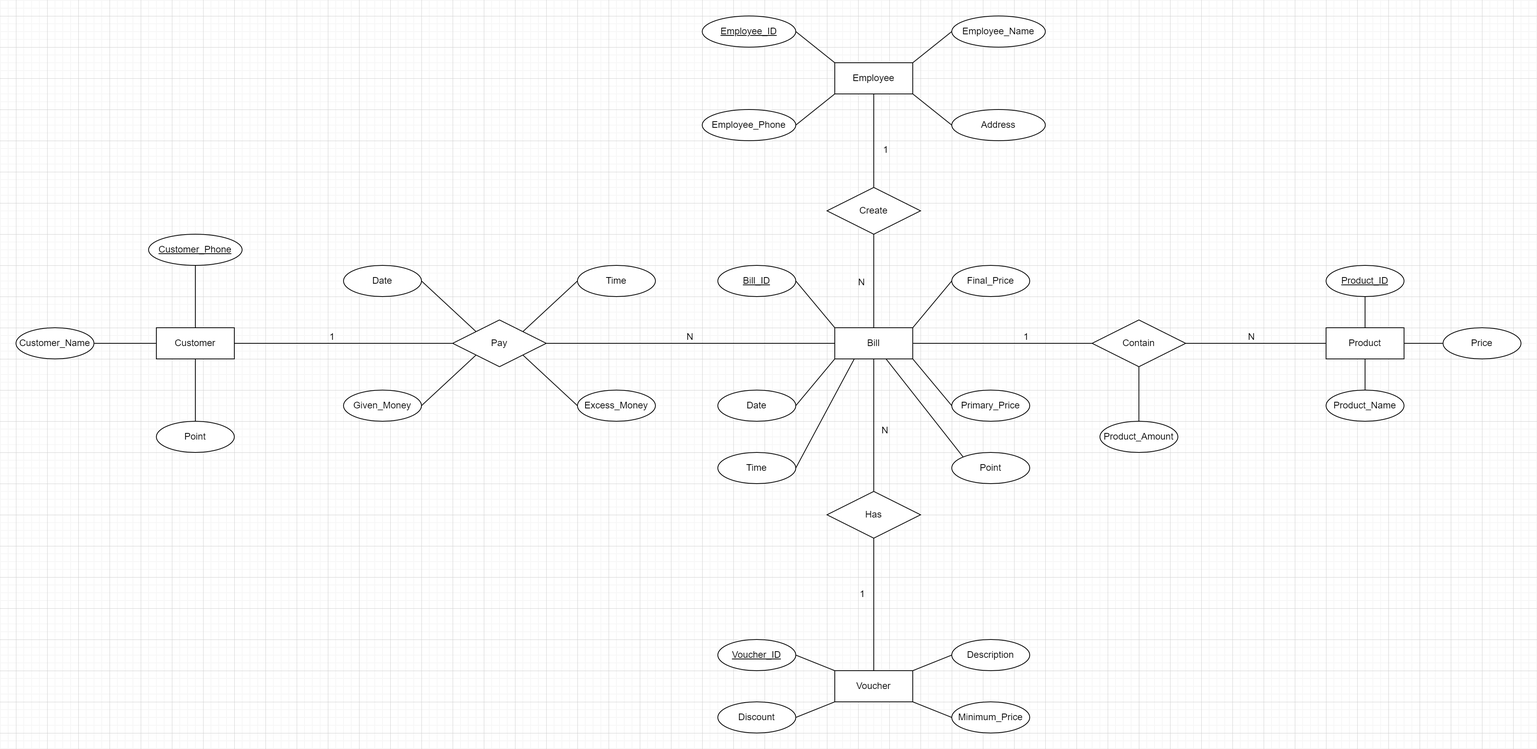
Above: Assignment/ERD.png in bakaqc/DBI202-Labs_and_Assignment (draw.io), before the change. Source tidied: cells renumbered, new cells last; positions are measured from the earlier drawing's top-left corner, leaving out a move shared by most shapes.
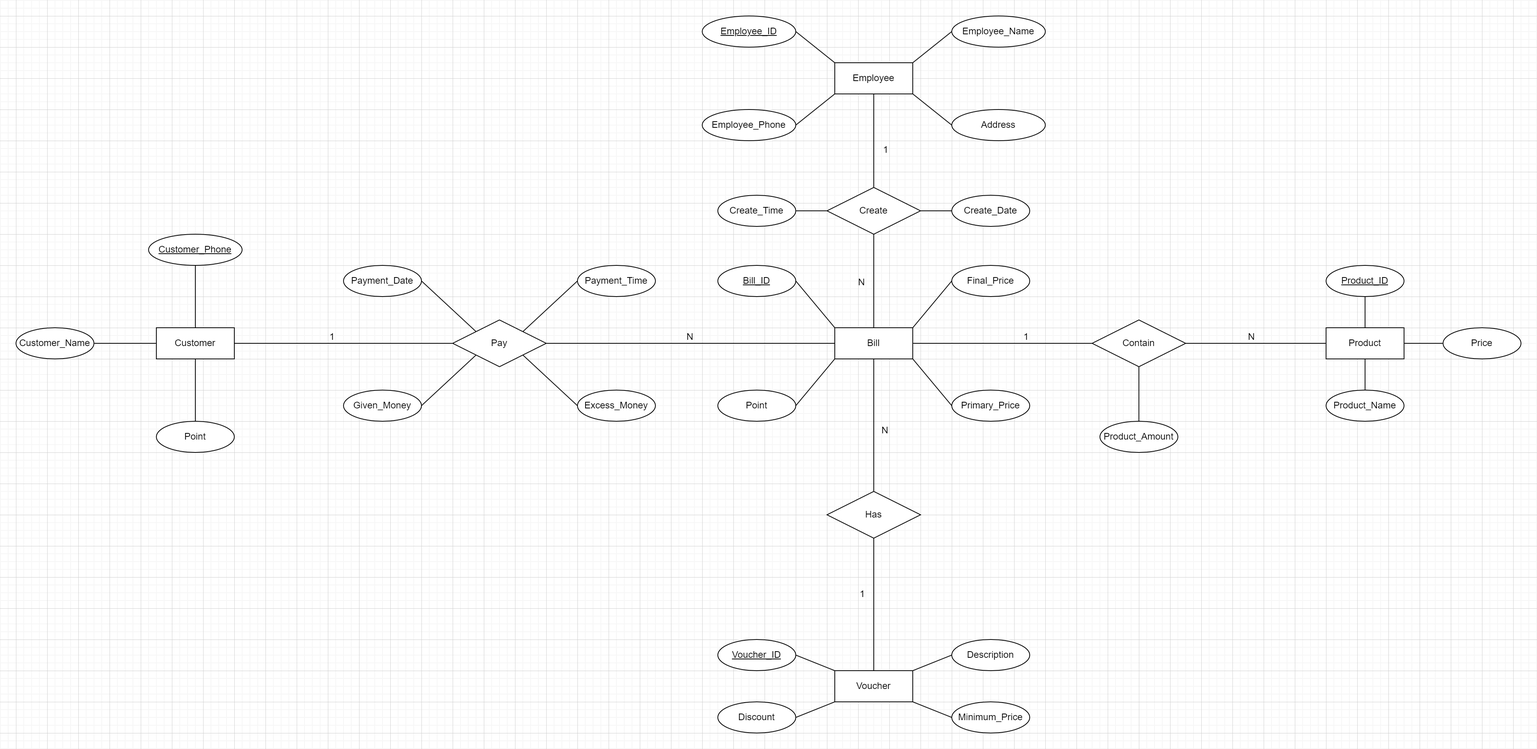
Later version of the same file.

Diff of the diagram source:
```diff
@@ -26,17 +26,17 @@
     <mxCell id="9" value="Bill" style="whiteSpace=wrap;html=1;align=center;" parent="1" vertex="1">
       <mxGeometry x="1050" y="400" width="100" height="40" as="geometry" />
     </mxCell>
-    <mxCell id="10" value="Date" style="ellipse;whiteSpace=wrap;html=1;align=center;" parent="1" vertex="1">
-      <mxGeometry x="900" y="480" width="100" height="40" as="geometry" />
+    <mxCell id="10" value="Create_Date" style="ellipse;whiteSpace=wrap;html=1;align=center;" parent="1" vertex="1">
+      <mxGeometry x="1200" y="230" width="100" height="40" as="geometry" />
     </mxCell>
-    <mxCell id="11" value="Time" style="ellipse;whiteSpace=wrap;html=1;align=center;" parent="1" vertex="1">
-      <mxGeometry x="900" y="560" width="100" height="40" as="geometry" />
+    <mxCell id="11" value="Create_Time" style="ellipse;whiteSpace=wrap;html=1;align=center;" parent="1" vertex="1">
+      <mxGeometry x="900" y="230" width="100" height="40" as="geometry" />
     </mxCell>
     <mxCell id="12" value="Bill_ID" style="ellipse;whiteSpace=wrap;html=1;align=center;fontStyle=4;" parent="1" vertex="1">
       <mxGeometry x="900" y="320" width="100" height="40" as="geometry" />
     </mxCell>
     <mxCell id="13" value="Point" style="ellipse;whiteSpace=wrap;html=1;align=center;" parent="1" vertex="1">
-      <mxGeometry x="1200" y="560" width="100" height="40" as="geometry" />
+      <mxGeometry x="900" y="480" width="100" height="40" as="geometry" />
     </mxCell>
     <mxCell id="14" value="Primary_Price" style="ellipse;whiteSpace=wrap;html=1;align=center;" parent="1" vertex="1">
       <mxGeometry x="1200" y="480" width="100" height="40" as="geometry" />
@@ -44,15 +44,9 @@
     <mxCell id="15" value="Final_Price" style="ellipse;whiteSpace=wrap;html=1;align=center;" parent="1" vertex="1">
       <mxGeometry x="1200" y="320" width="100" height="40" as="geometry" />
     </mxCell>
-    <mxCell id="16" style="endArrow=none;html=1;rounded=0;entryX=0;entryY=0;entryDx=0;entryDy=0;" parent="1" edge="1" source="9" target="13">
+    <mxCell id="16" style="endArrow=none;html=1;rounded=0;entryX=1;entryY=0.5;entryDx=0;entryDy=0;exitX=0;exitY=1;exitDx=0;exitDy=0;" parent="1" edge="1" source="9" target="13">
       <mxGeometry relative="1" as="geometry" />
     </mxCell>
-    <mxCell id="17" style="endArrow=none;html=1;rounded=0;entryX=0.25;entryY=1;entryDx=0;entryDy=0;exitX=1;exitY=0.5;exitDx=0;exitDy=0;" parent="1" edge="1" source="11" target="9">
-      <mxGeometry relative="1" as="geometry" />
-    </mxCell>
-    <mxCell id="18" style="endArrow=none;html=1;rounded=0;entryX=0;entryY=1;entryDx=0;entryDy=0;exitX=1;exitY=0.5;exitDx=0;exitDy=0;" parent="1" edge="1" source="10" target="9">
-      <mxGeometry relative="1" as="geometry" />
-    </mxCell>
     <mxCell id="19" style="endArrow=none;html=1;rounded=0;entryX=0;entryY=0;entryDx=0;entryDy=0;exitX=1;exitY=0.5;exitDx=0;exitDy=0;" parent="1" edge="1" source="12" target="9">
       <mxGeometry relative="1" as="geometry" />
     </mxCell>
@@ -149,10 +143,10 @@
     <mxCell id="50" value="Pay" style="shape=rhombus;perimeter=rhombusPerimeter;whiteSpace=wrap;html=1;align=center;" parent="1" vertex="1">
       <mxGeometry x="560" y="390" width="120" height="60" as="geometry" />
     </mxCell>
-    <mxCell id="51" value="Date" style="ellipse;whiteSpace=wrap;html=1;align=center;" parent="1" vertex="1">
+    <mxCell id="51" value="Payment_Date" style="ellipse;whiteSpace=wrap;html=1;align=center;" parent="1" vertex="1">
       <mxGeometry x="420" y="320" width="100" height="40" as="geometry" />
     </mxCell>
-    <mxCell id="52" value="Time" style="ellipse;whiteSpace=wrap;html=1;align=center;" parent="1" vertex="1">
+    <mxCell id="52" value="Payment_Time" style="ellipse;whiteSpace=wrap;html=1;align=center;" parent="1" vertex="1">
       <mxGeometry x="720" y="320" width="100" height="40" as="geometry" />
     </mxCell>
     <mxCell id="53" value="Given_Money" style="ellipse;whiteSpace=wrap;html=1;align=center;" parent="1" vertex="1">
@@ -243,5 +237,11 @@
         <mxPoint x="-10" y="-50" as="offset" />
       </mxGeometry>
     </mxCell>
+    <mxCell id="77" style="endArrow=none;html=1;rounded=0;exitX=1;exitY=0.5;exitDx=0;exitDy=0;entryX=0;entryY=0.5;entryDx=0;entryDy=0;" parent="1" edge="1" source="11" target="48">
+      <mxGeometry relative="1" as="geometry" />
+    </mxCell>
+    <mxCell id="78" style="endArrow=none;html=1;rounded=0;entryX=0;entryY=0.5;entryDx=0;entryDy=0;exitX=1;exitY=0.5;exitDx=0;exitDy=0;" parent="1" edge="1" source="48" target="10">
+      <mxGeometry relative="1" as="geometry" />
+    </mxCell>
   </root>
 </mxGraphModel>
```
